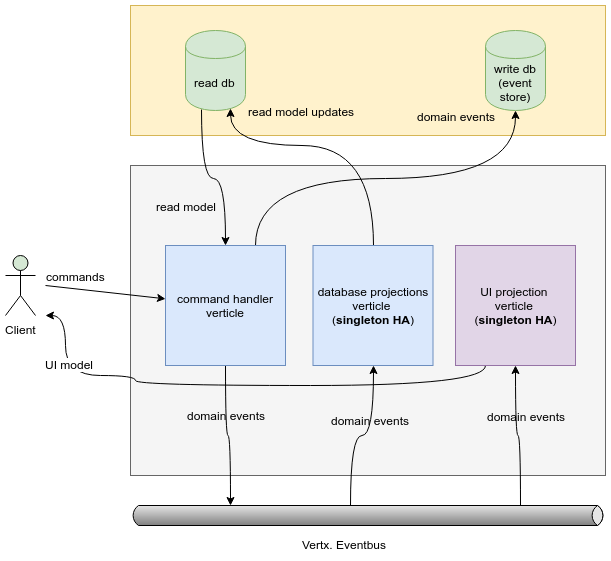
The draw.io diagram crabzilla-accts.png in crabzilla/accounts, before a commit. Source tidied: cells renumbered, new cells last; positions are measured from the earlier drawing's top-left corner, leaving out a move shared by most shapes.
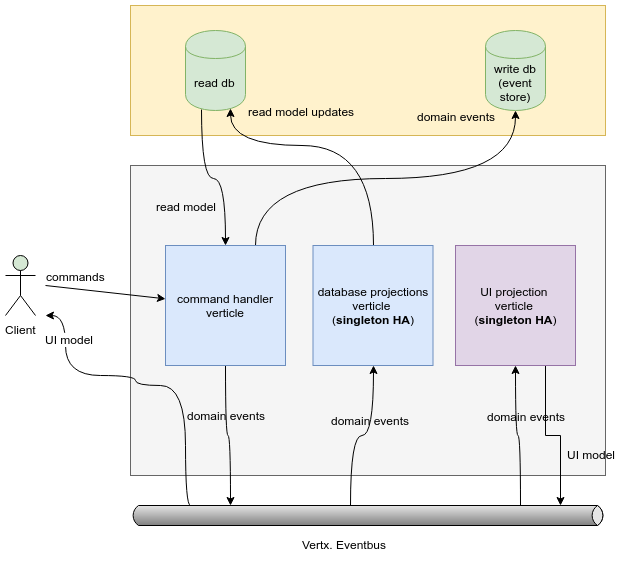
After the commit.

Commit message:
diagram correction

The edit, as a diff of the source:
```diff
@@ -101,11 +101,12 @@
         <mxPoint x="245" y="400" as="targetPoint" />
       </mxGeometry>
     </mxCell>
-    <mxCell id="27" style="edgeStyle=orthogonalEdgeStyle;curved=1;rounded=0;jettySize=auto;html=1;exitX=0.25;exitY=1;exitDx=0;exitDy=0;" parent="1" edge="1" source="29">
+    <mxCell id="27" style="edgeStyle=orthogonalEdgeStyle;curved=1;rounded=0;jettySize=auto;html=1;exitX=0;exitY=0;exitDx=60;exitDy=0;exitPerimeter=0;" parent="1" edge="1" source="16">
       <mxGeometry relative="1" as="geometry">
         <mxPoint x="40" y="310" as="targetPoint" />
         <Array as="points">
-          <mxPoint x="480" y="380" />
+          <mxPoint x="180" y="500" />
+          <mxPoint x="180" y="380" />
           <mxPoint x="130" y="380" />
           <mxPoint x="130" y="370" />
           <mxPoint x="60" y="370" />
@@ -116,11 +117,17 @@
     <mxCell id="28" value="UI model" style="text;html=1;align=center;verticalAlign=middle;labelBackgroundColor=#ffffff;" parent="27" vertex="1">
       <mxGeometry x="0.74" y="-3" relative="1" as="geometry" />
     </mxCell>
+    <mxCell id="31" style="edgeStyle=orthogonalEdgeStyle;rounded=0;jettySize=auto;html=1;exitX=0.75;exitY=1;exitDx=0;exitDy=0;entryX=0;entryY=0;entryDx=430;entryDy=0;entryPerimeter=0;" parent="1" edge="1" source="29" target="16">
+      <mxGeometry relative="1" as="geometry" />
+    </mxCell>
     <mxCell id="29" value="UI projection &lt;br&gt;verticle&amp;nbsp;&lt;br&gt;(&lt;b&gt;singleton HA&lt;/b&gt;)" style="whiteSpace=wrap;html=1;fillColor=#e1d5e7;strokeColor=#9673a6;" parent="1" vertex="1">
       <mxGeometry x="450" y="240" width="120" height="120" as="geometry" />
     </mxCell>
     <mxCell id="30" value="domain events" style="text;html=1;align=center;verticalAlign=middle;labelBackgroundColor=none;" parent="1" vertex="1">
       <mxGeometry x="520" y="410" as="geometry" />
     </mxCell>
+    <mxCell id="32" value="UI model" style="text;html=1;align=left;verticalAlign=top;spacingTop=-4;" parent="1" vertex="1">
+      <mxGeometry x="560" y="440" width="60" height="20" as="geometry" />
+    </mxCell>
   </root>
 </mxGraphModel>
```
